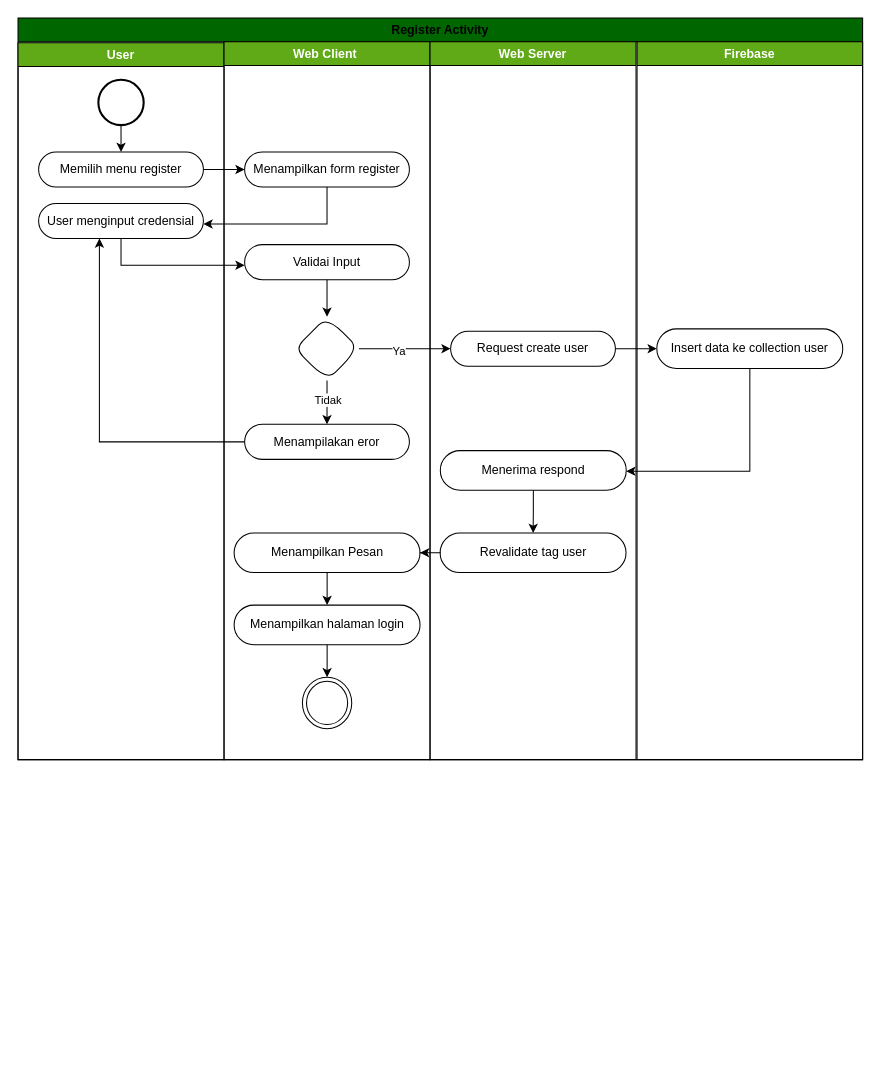
This is page "activity register" (13 of 42) of skrpsian.drawio from ThikerXCX/umltoko, a draw.io file, before an edit. Source tidied: cells renumbered, new cells numbered last; positions are measured from the earlier drawing's top-left corner, leaving out a move shared by most shapes. Both pictures are drawn from the tidied source at 103%, with x=0, y=0 at pixel (18, 18).
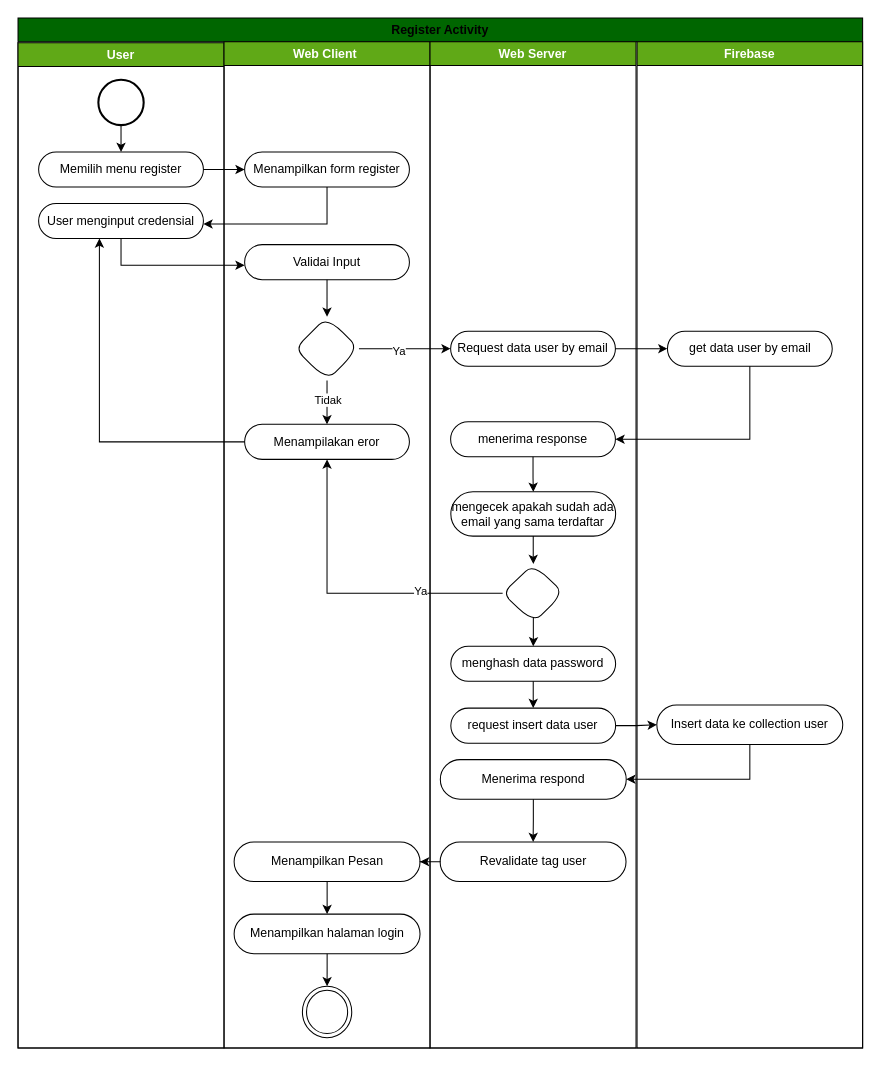
Above is the later version.

Commit message:
update activity register

Unchanged cells that the change refers to:
```xml
<mxCell id="26" value="Menampilakan eror" style="rounded=1;whiteSpace=wrap;html=1;arcSize=50;fillColor=none;" parent="8" vertex="1">
  <mxGeometry x="20" y="371.5" width="160" height="34" as="geometry" />
</mxCell>
```

Diff of the diagram source:
```diff
@@
     <mxCell id="2" value="Register Activity" style="swimlane;whiteSpace=wrap;html=1;fillColor=#006600;" parent="1" vertex="1">
-      <mxGeometry width="820" height="720" as="geometry" />
+      <mxGeometry width="820" height="1000" as="geometry" />
     </mxCell>
     <mxCell id="3" value="User" style="swimlane;whiteSpace=wrap;html=1;fillColor=#60a917;strokeColor=#000000;fontColor=#ffffff;" parent="2" vertex="1">
-      <mxGeometry y="24" width="200" height="696" as="geometry" />
+      <mxGeometry y="24" width="200" height="976" as="geometry" />
     </mxCell>
@@
     <mxCell id="8" value="Web Client&amp;nbsp;" style="swimlane;whiteSpace=wrap;html=1;fillColor=#60a917;startSize=23;strokeColor=#000000;fontColor=#ffffff;" parent="2" vertex="1">
-      <mxGeometry x="200" y="23" width="200" height="697" as="geometry" />
+      <mxGeometry x="200" y="23" width="200" height="977" as="geometry" />
     </mxCell>
@@
     <mxCell id="12" style="ellipse;html=1;shape=endState;fillColor=none;strokeColor=#000000;" parent="8" vertex="1">
-      <mxGeometry x="76.1" y="617" width="47.9" height="50" as="geometry" />
+      <mxGeometry x="76.1" y="917" width="47.9" height="50" as="geometry" />
     </mxCell>
@@
     <mxCell id="28" value="Menampilkan Pesan" style="rounded=1;whiteSpace=wrap;html=1;arcSize=50;fillColor=none;" parent="8" vertex="1">
-      <mxGeometry x="9.8" y="477" width="180.5" height="38.4" as="geometry" />
+      <mxGeometry x="9.8" y="777" width="180.5" height="38.4" as="geometry" />
     </mxCell>
@@
     <mxCell id="30" value="Menampilkan halaman login" style="rounded=1;whiteSpace=wrap;html=1;arcSize=50;fillColor=none;" parent="8" vertex="1">
-      <mxGeometry x="9.8" y="547" width="180.5" height="38.4" as="geometry" />
+      <mxGeometry x="9.8" y="847" width="180.5" height="38.4" as="geometry" />
     </mxCell>
     <mxCell id="31" value="Web Server" style="swimlane;whiteSpace=wrap;html=1;fillColor=#60a917;startSize=23;strokeColor=#000000;fontColor=#ffffff;" parent="2" vertex="1">
-      <mxGeometry x="400" y="23" width="200" height="697" as="geometry" />
+      <mxGeometry x="400" y="23" width="200" height="977" as="geometry" />
     </mxCell>
-    <mxCell id="32" value="Request create user" style="rounded=1;whiteSpace=wrap;html=1;arcSize=50;fillColor=none;" parent="31" vertex="1">
+    <mxCell id="32" value="Request data user by email" style="rounded=1;whiteSpace=wrap;html=1;arcSize=50;fillColor=none;" parent="31" vertex="1">
       <mxGeometry x="20" y="281" width="160" height="34" as="geometry" />
     </mxCell>
@@
     <mxCell id="34" value="Menerima respond" style="rounded=1;whiteSpace=wrap;html=1;arcSize=50;fillColor=none;" parent="31" vertex="1">
-      <mxGeometry x="10" y="397" width="180.5" height="38.4" as="geometry" />
+      <mxGeometry x="10" y="697" width="180.5" height="38.4" as="geometry" />
     </mxCell>
     <mxCell id="35" value="Revalidate tag user" style="rounded=1;whiteSpace=wrap;html=1;arcSize=50;fillColor=none;" parent="31" vertex="1">
-      <mxGeometry x="9.8" y="477" width="180.5" height="38.4" as="geometry" />
+      <mxGeometry x="9.8" y="777" width="180.5" height="38.4" as="geometry" />
     </mxCell>
+    <mxCell id="50" style="edgeStyle=orthogonalEdgeStyle;rounded=0;jettySize=auto;html=1;" parent="31" edge="1" source="51">
+      <mxGeometry relative="1" as="geometry">
+        <mxPoint x="100.3" y="437" as="targetPoint" />
+      </mxGeometry>
+    </mxCell>
+    <mxCell id="51" value="menerima response" style="rounded=1;whiteSpace=wrap;html=1;arcSize=50;fillColor=none;" parent="31" vertex="1">
+      <mxGeometry x="20" y="369" width="160" height="34" as="geometry" />
+    </mxCell>
+    <mxCell id="52" style="edgeStyle=orthogonalEdgeStyle;rounded=0;jettySize=auto;html=1;" parent="31" edge="1" source="53" target="55">
+      <mxGeometry relative="1" as="geometry" />
+    </mxCell>
+    <mxCell id="53" value="mengecek apakah sudah ada email yang sama terdaftar" style="rounded=1;whiteSpace=wrap;html=1;arcSize=50;fillColor=none;" parent="31" vertex="1">
+      <mxGeometry x="20.2" y="437" width="160" height="43" as="geometry" />
+    </mxCell>
+    <mxCell id="54" style="edgeStyle=orthogonalEdgeStyle;rounded=0;jettySize=auto;html=1;exitX=0.501;exitY=0.907;exitDx=0;exitDy=0;exitPerimeter=0;" parent="31" edge="1" source="55" target="57">
+      <mxGeometry relative="1" as="geometry" />
+    </mxCell>
+    <mxCell id="55" style="rhombus;whiteSpace=wrap;html=1;fillColor=none;rounded=1;arcSize=50;" parent="31" vertex="1">
+      <mxGeometry x="70.5" y="507" width="59.5" height="57" as="geometry" />
+    </mxCell>
+    <mxCell id="56" style="edgeStyle=orthogonalEdgeStyle;rounded=0;jettySize=auto;html=1;" parent="31" edge="1" source="57" target="58">
+      <mxGeometry relative="1" as="geometry" />
+    </mxCell>
+    <mxCell id="57" value="menghash data password" style="rounded=1;whiteSpace=wrap;html=1;arcSize=50;fillColor=none;" parent="31" vertex="1">
+      <mxGeometry x="20.2" y="587" width="160" height="34" as="geometry" />
+    </mxCell>
+    <mxCell id="58" value="request insert data user" style="rounded=1;whiteSpace=wrap;html=1;arcSize=50;fillColor=none;" parent="31" vertex="1">
+      <mxGeometry x="20.2" y="647" width="160" height="34" as="geometry" />
+    </mxCell>
     <mxCell id="36" value="Firebase" style="swimlane;whiteSpace=wrap;html=1;fillColor=#60a917;strokeColor=#000000;fontColor=#ffffff;" parent="2" vertex="1">
-      <mxGeometry x="601" y="23" width="219" height="697" as="geometry" />
+      <mxGeometry x="601" y="23" width="219" height="977" as="geometry" />
     </mxCell>
     <mxCell id="37" value="Insert data ke collection user" style="rounded=1;whiteSpace=wrap;html=1;arcSize=50;fillColor=none;" parent="36" vertex="1">
-      <mxGeometry x="19.2" y="278.8" width="180.5" height="38.4" as="geometry" />
+      <mxGeometry x="19.2" y="644" width="180.5" height="38.4" as="geometry" />
     </mxCell>
+    <mxCell id="59" value="get data user by email" style="rounded=1;whiteSpace=wrap;html=1;arcSize=50;fillColor=none;" parent="36" vertex="1">
+      <mxGeometry x="29.5" y="281" width="160" height="34" as="geometry" />
+    </mxCell>
@@
-    <mxCell id="47" style="edgeStyle=orthogonalEdgeStyle;rounded=0;jettySize=auto;html=1;" parent="2" edge="1" source="32" target="37">
-      <mxGeometry relative="1" as="geometry" />
-    </mxCell>
     <mxCell id="48" style="edgeStyle=orthogonalEdgeStyle;rounded=0;jettySize=auto;html=1;" parent="2" edge="1" source="37" target="34">
       <mxGeometry relative="1" as="geometry">
         <Array as="points">
-          <mxPoint x="710" y="440" />
+          <mxPoint x="710" y="739" />
         </Array>
       </mxGeometry>
     </mxCell>
@@
+    <mxCell id="60" style="edgeStyle=orthogonalEdgeStyle;rounded=0;jettySize=auto;html=1;" parent="2" edge="1" source="32" target="59">
+      <mxGeometry relative="1" as="geometry" />
+    </mxCell>
+    <mxCell id="61" style="edgeStyle=orthogonalEdgeStyle;rounded=0;jettySize=auto;html=1;entryX=1;entryY=0.5;entryDx=0;entryDy=0;" parent="2" edge="1" source="59" target="51">
+      <mxGeometry relative="1" as="geometry">
+        <Array as="points">
+          <mxPoint x="710" y="409" />
+        </Array>
+      </mxGeometry>
+    </mxCell>
+    <mxCell id="62" style="edgeStyle=orthogonalEdgeStyle;rounded=0;jettySize=auto;html=1;entryX=0.5;entryY=1;entryDx=0;entryDy=0;" parent="2" edge="1" source="55" target="26">
+      <mxGeometry relative="1" as="geometry" />
+    </mxCell>
+    <mxCell id="63" value="Ya" style="edgeLabel;html=1;align=center;verticalAlign=middle;" parent="62" vertex="1">
+      <mxGeometry x="-0.47" y="-2" relative="1" as="geometry" />
+    </mxCell>
+    <mxCell id="64" style="edgeStyle=orthogonalEdgeStyle;rounded=0;jettySize=auto;html=1;entryX=0;entryY=0.5;entryDx=0;entryDy=0;" parent="2" edge="1" source="58" target="37">
+      <mxGeometry relative="1" as="geometry" />
+    </mxCell>
```
